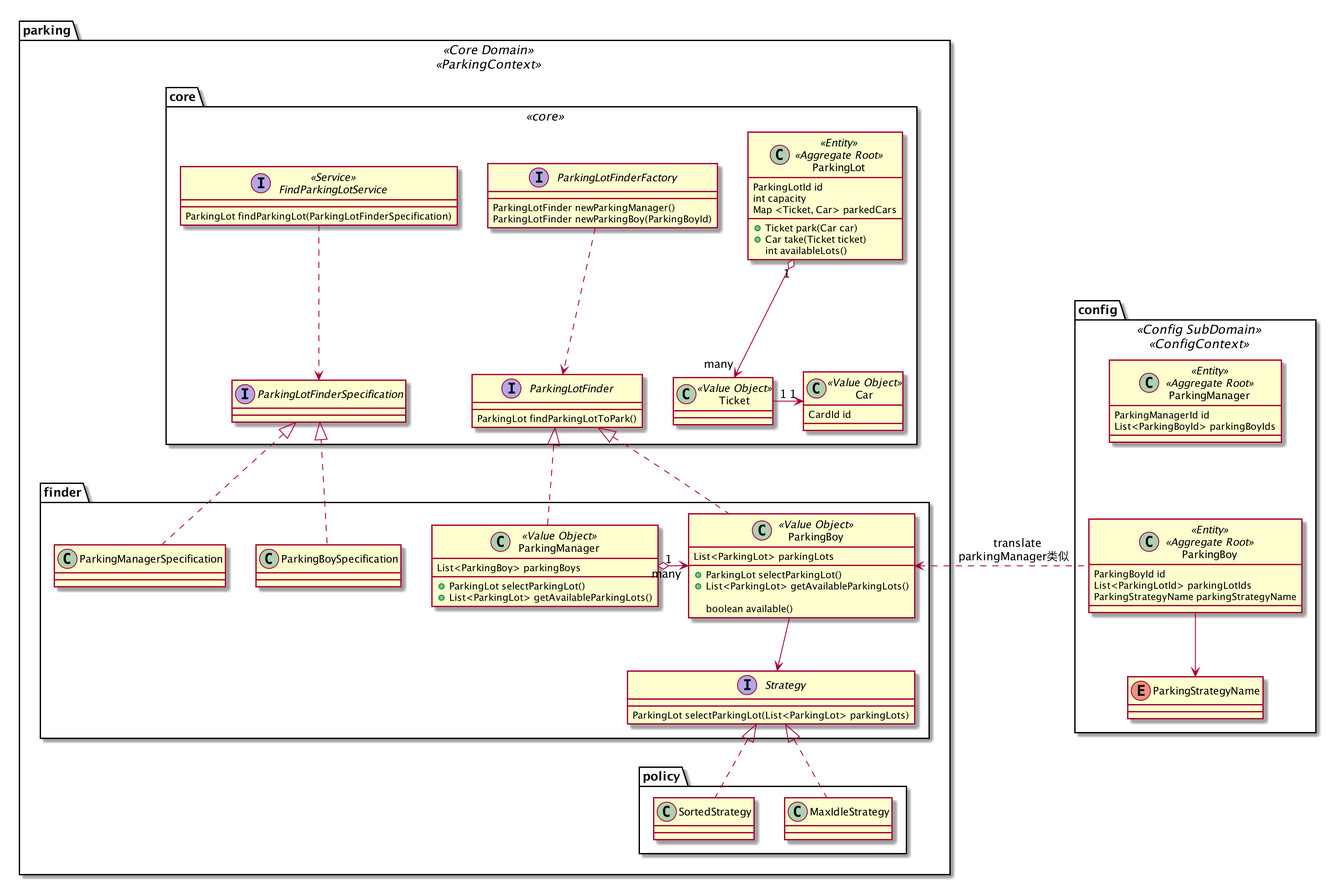
Above: src/main/resources/plantuml/ParkingLotsManagement.png in dlstonedl/ddd-practice (PlantUML), before the change.
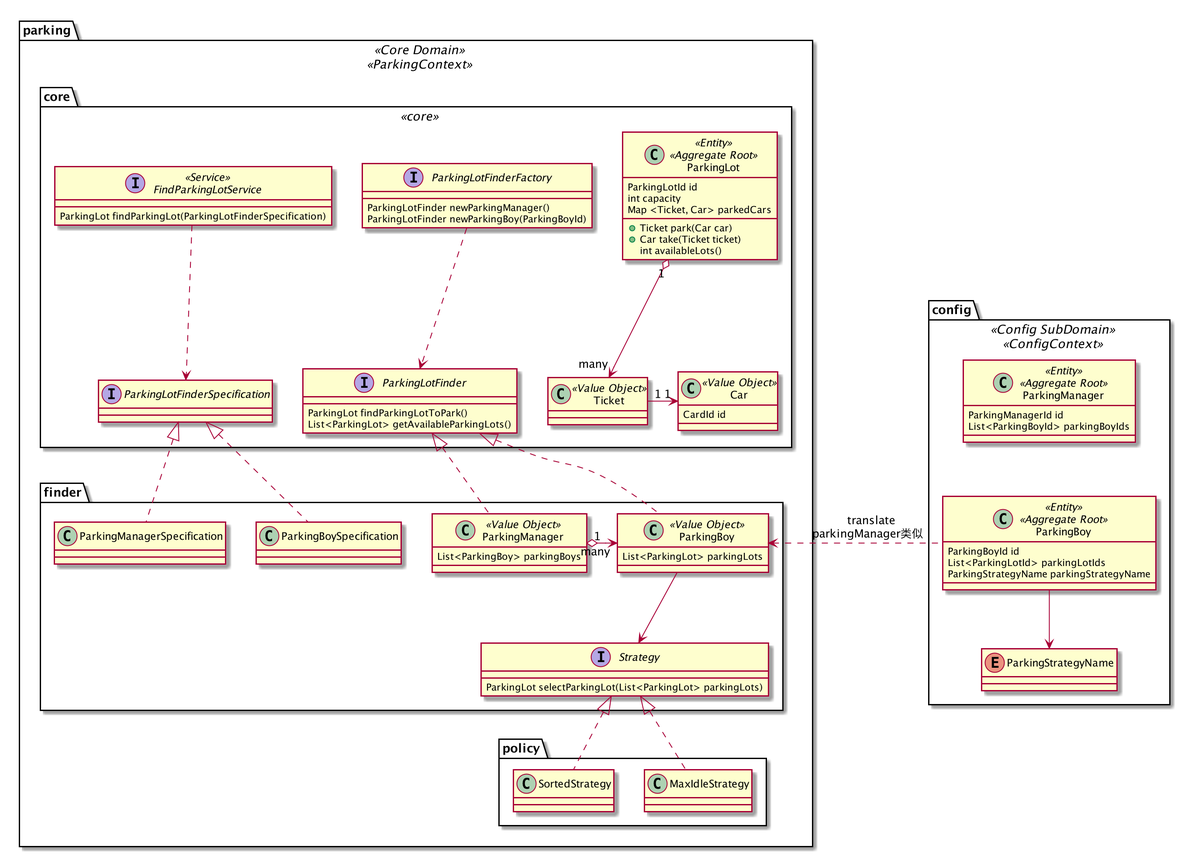
After the commit.

What changed in the source:
```diff
@@ -73,6 +73,7 @@
 
   interface ParkingLotFinder {
     ParkingLot findParkingLotToPark()
+    List<ParkingLot> getAvailableParkingLots()
   }
 
   class ParkingLot <<Entity>> <<Aggregate Root>> {
@@ -91,19 +92,10 @@
 
   class ParkingManager <<Value Object>> {
     List<ParkingBoy> parkingBoys
-
-    + ParkingLot selectParkingLot()
-    + List<ParkingLot> getAvailableParkingLots()
   }
 
   class ParkingBoy <<Value Object>> {
     List<ParkingLot> parkingLots
-
-    + ParkingLot selectParkingLot()
-    + List<ParkingLot> getAvailableParkingLots()
-
-    boolean available()
-
   }
 
   interface Strategy {
```
